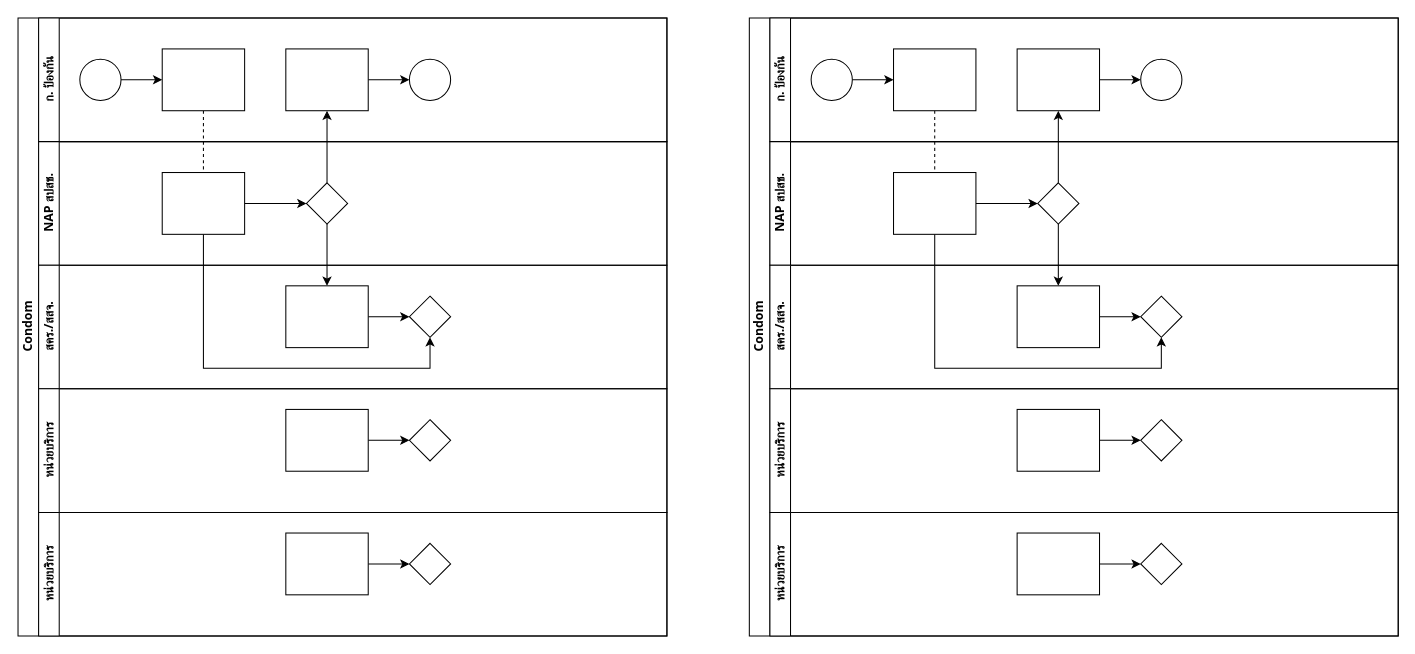
Above: Untitled Diagram.drawio in anun311/regist (draw.io), before the change. Source tidied: cells renumbered, new cells numbered last; positions are measured from the earlier drawing's top-left corner, leaving out a move shared by most shapes. Both pictures are drawn from the tidied source at 103%, with x=0, y=0 at pixel (18, 18).
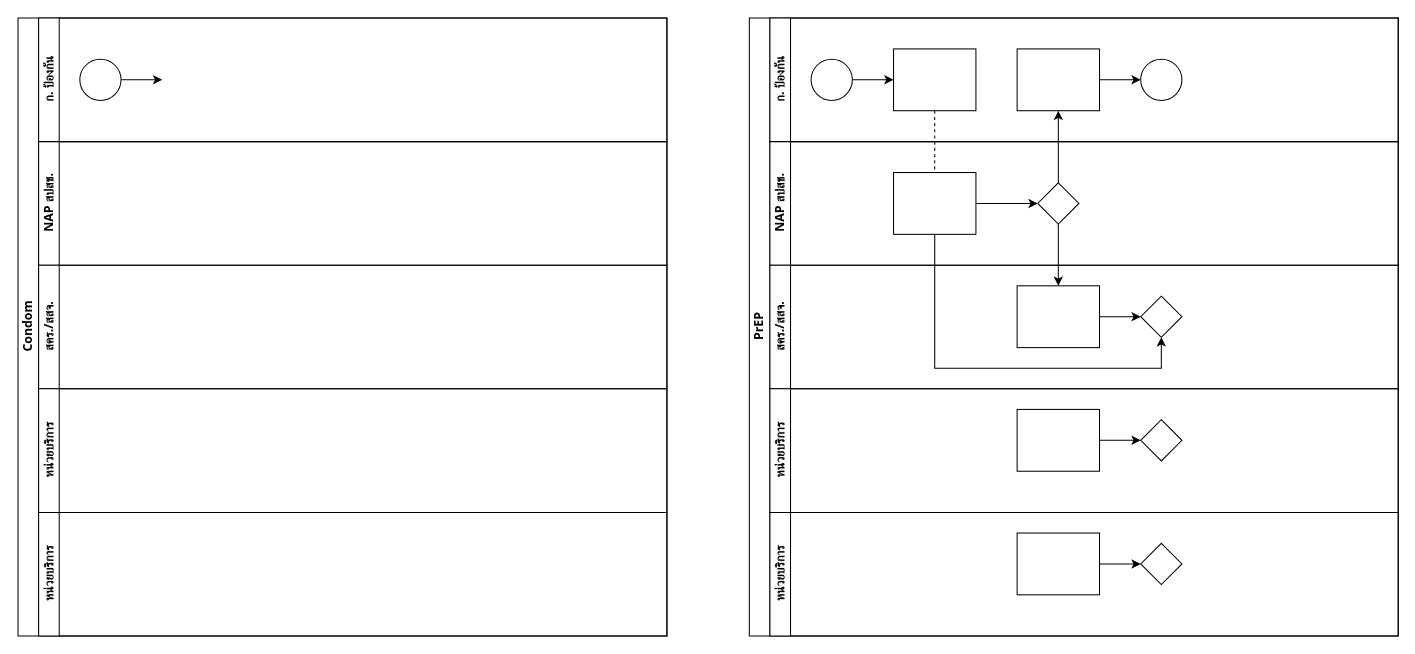
Above is the later version.

The change refers to these unchanged cells:
```xml
<mxCell id="2" value="Condom" style="swimlane;html=1;horizontal=0;startSize=20;fontFamily=Tahoma;" parent="1" vertex="1">
  <mxGeometry width="630" height="600" as="geometry" />
</mxCell>
<mxCell id="7" value="ก. ป้องกัน" style="swimlane;html=1;startSize=20;horizontal=0;fontFamily=Tahoma;" parent="2" vertex="1">
  <mxGeometry x="20" width="610" height="120" as="geometry" />
</mxCell>
<mxCell id="9" style="ellipse;whiteSpace=wrap;html=1;fontFamily=Tahoma;" parent="7" vertex="1">
  <mxGeometry x="40" y="40" width="40" height="40" as="geometry" />
</mxCell>
<mxCell id="14" value="NAP สปสช." style="swimlane;html=1;startSize=20;horizontal=0;fontFamily=Tahoma;" parent="2" vertex="1">
  <mxGeometry x="20" y="120" width="610" height="120" as="geometry" />
</mxCell>
<mxCell id="18" value="สคร./สสจ." style="swimlane;html=1;startSize=20;horizontal=0;fontFamily=Tahoma;" parent="2" vertex="1">
  <mxGeometry x="20" y="240" width="610" height="120" as="geometry" />
</mxCell>
<mxCell id="22" value="หน่วยบริการ" style="swimlane;html=1;startSize=20;horizontal=0;fontFamily=Tahoma;" parent="2" vertex="1">
  <mxGeometry x="20" y="360" width="610" height="120" as="geometry" />
</mxCell>
<mxCell id="26" value="หน่วยบริการ" style="swimlane;html=1;startSize=20;horizontal=0;fontFamily=Tahoma;" parent="2" vertex="1">
  <mxGeometry x="20" y="480" width="610" height="120" as="geometry" />
</mxCell>
```

Diff of the diagram source:
```diff
@@
-    <mxCell id="3" style="edgeStyle=orthogonalEdgeStyle;rounded=0;jettySize=auto;html=1;dashed=1;endArrow=none;endFill=0;fontFamily=Tahoma;" parent="2" edge="1" source="10" target="16">
-      <mxGeometry relative="1" as="geometry" />
-    </mxCell>
-    <mxCell id="4" style="edgeStyle=orthogonalEdgeStyle;rounded=0;jettySize=auto;html=1;endArrow=classic;endFill=1;fontFamily=Tahoma;" parent="2" edge="1" source="17" target="12">
-      <mxGeometry relative="1" as="geometry" />
-    </mxCell>
-    <mxCell id="5" style="edgeStyle=orthogonalEdgeStyle;rounded=0;jettySize=auto;html=1;endArrow=classic;endFill=1;fontFamily=Tahoma;" parent="2" edge="1" source="17" target="20">
-      <mxGeometry relative="1" as="geometry" />
-    </mxCell>
-    <mxCell id="6" style="edgeStyle=orthogonalEdgeStyle;rounded=0;jettySize=auto;html=1;endArrow=classic;endFill=1;fontFamily=Tahoma;" parent="2" edge="1" source="16" target="21">
-      <mxGeometry relative="1" as="geometry">
-        <Array as="points">
-          <mxPoint x="180" y="340" />
-          <mxPoint x="400" y="340" />
-        </Array>
-      </mxGeometry>
-    </mxCell>
@@
-    <mxCell id="8" style="edgeStyle=orthogonalEdgeStyle;rounded=0;jettySize=auto;html=1;fontFamily=Tahoma;" parent="7" edge="1" source="9" target="10">
-      <mxGeometry relative="1" as="geometry" />
+    <mxCell id="8" style="edgeStyle=orthogonalEdgeStyle;rounded=0;jettySize=auto;html=1;fontFamily=Tahoma;" parent="7" edge="1" source="9">
+      <mxGeometry relative="1" as="geometry">
+        <mxPoint x="120" y="60" as="targetPoint" />
+      </mxGeometry>
     </mxCell>
@@
-    <mxCell id="10" style="rounded=0;whiteSpace=wrap;html=1;fontFamily=Tahoma;fontSize=12;fontColor=#000000;align=center;" parent="7" vertex="1">
-      <mxGeometry x="120" y="30" width="80" height="60" as="geometry" />
-    </mxCell>
-    <mxCell id="11" style="edgeStyle=orthogonalEdgeStyle;rounded=0;jettySize=auto;html=1;endArrow=classic;endFill=1;fontFamily=Tahoma;" parent="7" edge="1" source="12" target="13">
-      <mxGeometry relative="1" as="geometry" />
-    </mxCell>
-    <mxCell id="12" style="rounded=0;whiteSpace=wrap;html=1;fontFamily=Tahoma;fontSize=12;fontColor=#000000;align=center;" parent="7" vertex="1">
-      <mxGeometry x="240" y="30" width="80" height="60" as="geometry" />
-    </mxCell>
-    <mxCell id="13" style="ellipse;whiteSpace=wrap;html=1;fontFamily=Tahoma;" parent="7" vertex="1">
-      <mxGeometry x="360" y="40" width="40" height="40" as="geometry" />
-    </mxCell>
@@
-    <mxCell id="15" style="edgeStyle=orthogonalEdgeStyle;rounded=0;jettySize=auto;html=1;endArrow=classic;endFill=1;fontFamily=Tahoma;" parent="14" edge="1" source="16" target="17">
-      <mxGeometry relative="1" as="geometry" />
-    </mxCell>
-    <mxCell id="16" style="rounded=0;whiteSpace=wrap;html=1;fontFamily=Tahoma;fontSize=12;fontColor=#000000;align=center;" parent="14" vertex="1">
-      <mxGeometry x="120" y="30" width="80" height="60" as="geometry" />
-    </mxCell>
-    <mxCell id="17" style="rhombus;whiteSpace=wrap;html=1;fontFamily=Tahoma;fontSize=12;fontColor=#000000;align=center;" parent="14" vertex="1">
-      <mxGeometry x="260" y="40" width="40" height="40" as="geometry" />
-    </mxCell>
@@
-    <mxCell id="19" style="edgeStyle=orthogonalEdgeStyle;rounded=0;jettySize=auto;html=1;endArrow=classic;endFill=1;fontFamily=Tahoma;" parent="18" edge="1" source="20" target="21">
-      <mxGeometry relative="1" as="geometry" />
-    </mxCell>
-    <mxCell id="20" style="rounded=0;whiteSpace=wrap;html=1;fontFamily=Tahoma;fontSize=12;fontColor=#000000;align=center;" parent="18" vertex="1">
-      <mxGeometry x="240" y="20" width="80" height="60" as="geometry" />
-    </mxCell>
-    <mxCell id="21" style="rhombus;whiteSpace=wrap;html=1;fontFamily=Tahoma;fontSize=12;fontColor=#000000;align=center;" parent="18" vertex="1">
-      <mxGeometry x="360" y="30" width="40" height="40" as="geometry" />
-    </mxCell>
@@
-    <mxCell id="23" style="edgeStyle=orthogonalEdgeStyle;rounded=0;jettySize=auto;html=1;endArrow=classic;endFill=1;fontFamily=Tahoma;" parent="22" edge="1" source="24" target="25">
-      <mxGeometry relative="1" as="geometry" />
-    </mxCell>
-    <mxCell id="24" style="rounded=0;whiteSpace=wrap;html=1;fontFamily=Tahoma;fontSize=12;fontColor=#000000;align=center;" parent="22" vertex="1">
-      <mxGeometry x="240" y="20" width="80" height="60" as="geometry" />
-    </mxCell>
-    <mxCell id="25" style="rhombus;whiteSpace=wrap;html=1;fontFamily=Tahoma;fontSize=12;fontColor=#000000;align=center;" parent="22" vertex="1">
-      <mxGeometry x="360" y="30" width="40" height="40" as="geometry" />
-    </mxCell>
@@
-    <mxCell id="27" style="edgeStyle=orthogonalEdgeStyle;rounded=0;jettySize=auto;html=1;endArrow=classic;endFill=1;fontFamily=Tahoma;" parent="26" edge="1" source="28" target="29">
-      <mxGeometry relative="1" as="geometry" />
-    </mxCell>
-    <mxCell id="28" style="rounded=0;whiteSpace=wrap;html=1;fontFamily=Tahoma;fontSize=12;fontColor=#000000;align=center;" parent="26" vertex="1">
-      <mxGeometry x="240" y="20" width="80" height="60" as="geometry" />
-    </mxCell>
-    <mxCell id="29" style="rhombus;whiteSpace=wrap;html=1;fontFamily=Tahoma;fontSize=12;fontColor=#000000;align=center;" parent="26" vertex="1">
-      <mxGeometry x="360" y="30" width="40" height="40" as="geometry" />
-    </mxCell>
-    <mxCell id="30" value="Condom" style="swimlane;html=1;horizontal=0;startSize=20;fontFamily=Tahoma;" parent="1" vertex="1">
+    <mxCell id="30" value="PrEP" style="swimlane;html=1;horizontal=0;startSize=20;fontFamily=Tahoma;" parent="1" vertex="1">
       <mxGeometry x="710" width="630" height="600" as="geometry" />
     </mxCell>
```
